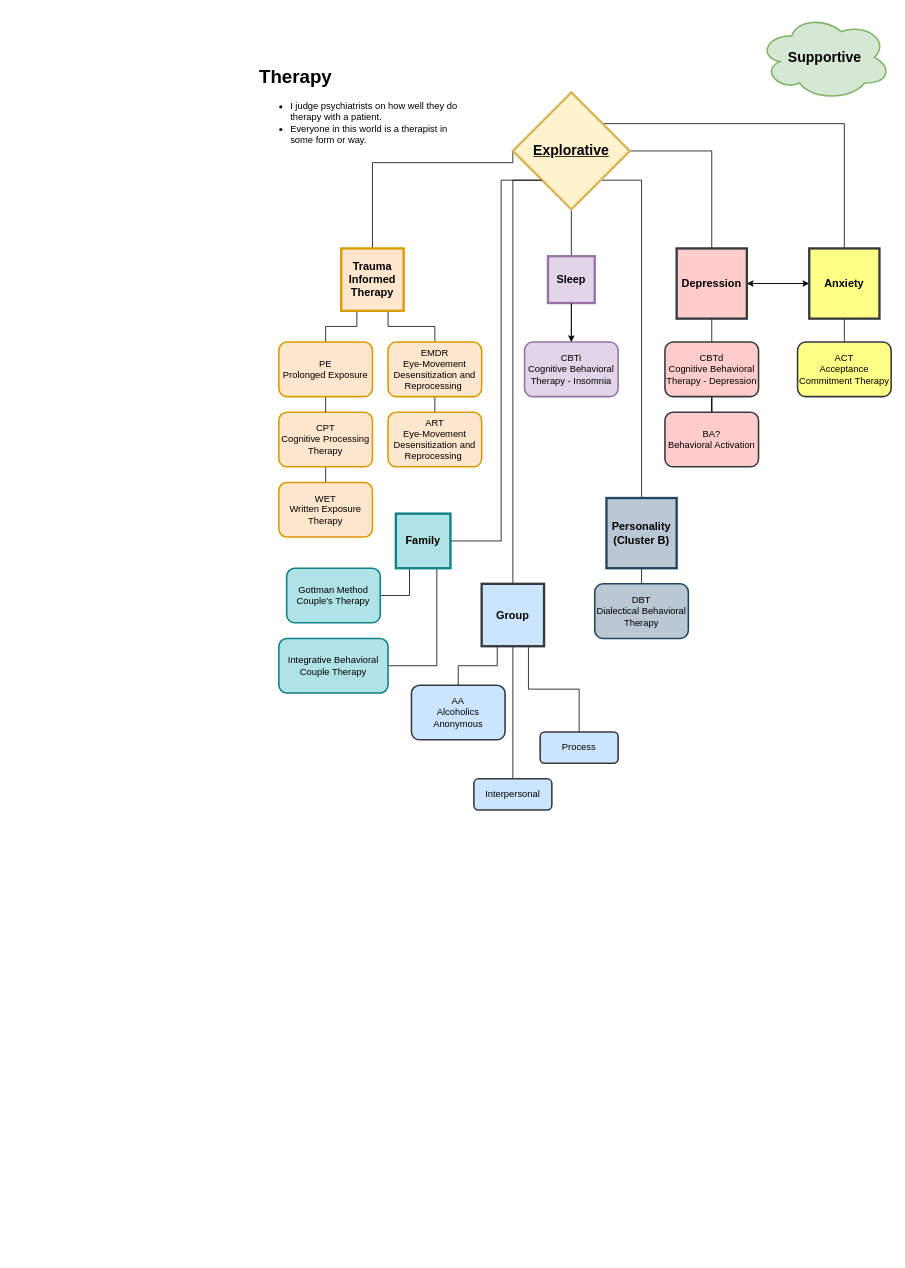
tnguyen2791/hello-world keeps this draw.io diagram as Untitled Diagram.drawio. Above is the earlier version. Source tidied: cells renumbered, new cells numbered last; positions are measured from the earlier drawing's top-left corner, leaving out a move shared by most shapes. Both pictures are drawn from the tidied source at 78%, with x=0, y=0 at pixel (255, 14).
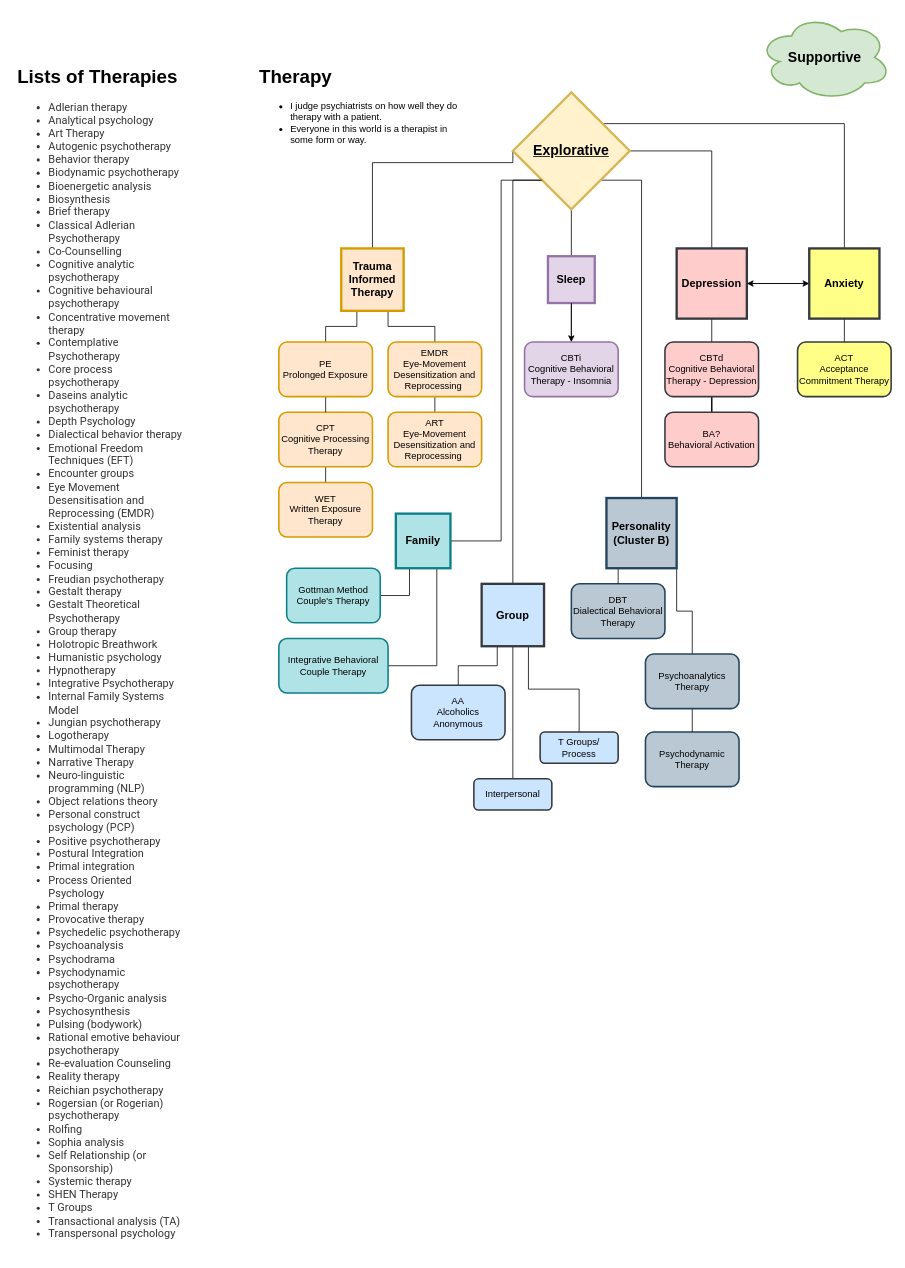
Above is the later version.

Commit message:
Addition of giant list of therapies

The change refers to these unchanged cells:
```xml
<mxCell id="47" value="Personality (Cluster B)" style="whiteSpace=wrap;html=1;rounded=0;fontSize=14;strokeWidth=3;fontStyle=1;fillColor=#bac8d3;strokeColor=#23445d;" parent="1" vertex="1">
  <mxGeometry x="450" y="620" width="90" height="90" as="geometry" />
</mxCell>
```

Change to the diagram source:
```diff
@@
     <mxCell id="35" value="DBT&lt;br&gt;Dialectical Behavioral Therapy" style="rounded=1;whiteSpace=wrap;html=1;fontSize=12;strokeWidth=2;fillColor=#bac8d3;strokeColor=#23445d;" parent="1" vertex="1">
-      <mxGeometry x="435" y="730" width="120" height="70" as="geometry" />
+      <mxGeometry x="405" y="730" width="120" height="70" as="geometry" />
     </mxCell>
@@
+    <mxCell id="52" style="edgeStyle=orthogonalEdgeStyle;rounded=0;jettySize=auto;html=1;exitX=1;exitY=1;exitDx=0;exitDy=0;entryX=0.5;entryY=0;entryDx=0;entryDy=0;fontSize=12;endArrow=none;endFill=0;" parent="1" edge="1" source="47" target="55">
+      <mxGeometry relative="1" as="geometry" />
+    </mxCell>
@@
-    <mxCell id="51" value="Process" style="rounded=1;whiteSpace=wrap;html=1;fontSize=12;strokeWidth=2;fillColor=#cce5ff;strokeColor=#36393d;" parent="1" vertex="1">
+    <mxCell id="51" value="T Groups/&lt;br&gt;Process" style="rounded=1;whiteSpace=wrap;html=1;fontSize=12;strokeWidth=2;fillColor=#cce5ff;strokeColor=#36393d;" parent="1" vertex="1">
       <mxGeometry x="365" y="920" width="100" height="40" as="geometry" />
     </mxCell>
+    <mxCell id="53" value="Psychodynamic Therapy" style="rounded=1;whiteSpace=wrap;html=1;fontSize=12;strokeWidth=2;fillColor=#bac8d3;strokeColor=#23445d;" parent="1" vertex="1">
+      <mxGeometry x="500" y="920" width="120" height="70" as="geometry" />
+    </mxCell>
+    <mxCell id="54" style="edgeStyle=orthogonalEdgeStyle;rounded=0;jettySize=auto;html=1;exitX=0.5;exitY=1;exitDx=0;exitDy=0;entryX=0.5;entryY=0;entryDx=0;entryDy=0;fontSize=12;endArrow=none;endFill=0;" parent="1" edge="1" source="55" target="53">
+      <mxGeometry relative="1" as="geometry" />
+    </mxCell>
+    <mxCell id="55" value="Psychoanalytics Therapy" style="rounded=1;whiteSpace=wrap;html=1;fontSize=12;strokeWidth=2;fillColor=#bac8d3;strokeColor=#23445d;" parent="1" vertex="1">
+      <mxGeometry x="500" y="820" width="120" height="70" as="geometry" />
+    </mxCell>
+    <mxCell id="56" value="&lt;h1&gt;Lists of Therapies&lt;/h1&gt;&lt;p&gt;&lt;/p&gt;&lt;ul class=&quot;doc&quot; style=&quot;box-sizing: border-box ; margin: 0px 0px 20px ; color: rgb(51 , 51 , 51) ; font-family: &amp;#34;roboto&amp;#34; , sans-serif ; font-size: 14px ; font-style: normal ; font-weight: 400 ; letter-spacing: normal ; text-indent: 0px ; text-transform: none ; word-spacing: 0px ; background-color: rgb(255 , 255 , 255)&quot;&gt;&lt;li class=&quot;doc&quot; style=&quot;box-sizing: border-box ; margin: 0px&quot;&gt;Adlerian therapy&lt;/li&gt;&lt;li class=&quot;doc&quot; style=&quot;box-sizing: border-box ; margin: 0px&quot;&gt;Analytical psychology&lt;/li&gt;&lt;li class=&quot;doc&quot; style=&quot;box-sizing: border-box ; margin: 0px&quot;&gt;Art Therapy&lt;/li&gt;&lt;li class=&quot;doc&quot; style=&quot;box-sizing: border-box ; margin: 0px&quot;&gt;Autogenic psychotherapy&lt;/li&gt;&lt;li class=&quot;doc&quot; style=&quot;box-sizing: border-box ; margin: 0px&quot;&gt;Behavior therapy&lt;/li&gt;&lt;li class=&quot;doc&quot; style=&quot;box-sizing: border-box ; margin: 0px&quot;&gt;Biodynamic psychotherapy&lt;/li&gt;&lt;li class=&quot;doc&quot; style=&quot;box-sizing: border-box ; margin: 0px&quot;&gt;Bioenergetic analysis&lt;/li&gt;&lt;li class=&quot;doc&quot; style=&quot;box-sizing: border-box ; margin: 0px&quot;&gt;Biosynthesis&lt;/li&gt;&lt;li class=&quot;doc&quot; style=&quot;box-sizing: border-box ; margin: 0px&quot;&gt;Brief therapy&lt;/li&gt;&lt;li class=&quot;doc&quot; style=&quot;box-sizing: border-box ; margin: 0px&quot;&gt;Classical Adlerian Psychotherapy&lt;/li&gt;&lt;li class=&quot;doc&quot; style=&quot;box-sizing: border-box ; margin: 0px&quot;&gt;Co-Counselling&lt;/li&gt;&lt;li class=&quot;doc&quot; style=&quot;box-sizing: border-box ; margin: 0px&quot;&gt;Cognitive analytic psychotherapy&lt;/li&gt;&lt;li class=&quot;doc&quot; style=&quot;box-sizing: border-box ; margin: 0px&quot;&gt;Cognitive behavioural psychotherapy&lt;/li&gt;&lt;li class=&quot;doc&quot; style=&quot;box-sizing: border-box ; margin: 0px&quot;&gt;Concentrative movement therapy&lt;/li&gt;&lt;li class=&quot;doc&quot; style=&quot;box-sizing: border-box ; margin: 0px&quot;&gt;Contemplative Psychotherapy&lt;/li&gt;&lt;li class=&quot;doc&quot; style=&quot;box-sizing: border-box ; margin: 0px&quot;&gt;Core process psychotherapy&lt;/li&gt;&lt;li class=&quot;doc&quot; style=&quot;box-sizing: border-box ; margin: 0px&quot;&gt;Daseins analytic psychotherapy&lt;/li&gt;&lt;li class=&quot;doc&quot; style=&quot;box-sizing: border-box ; margin: 0px&quot;&gt;Depth Psychology&lt;/li&gt;&lt;li class=&quot;doc&quot; style=&quot;box-sizing: border-box ; margin: 0px&quot;&gt;Dialectical behavior therapy&lt;/li&gt;&lt;li class=&quot;doc&quot; style=&quot;box-sizing: border-box ; margin: 0px&quot;&gt;Emotional Freedom Techniques (EFT)&lt;/li&gt;&lt;li class=&quot;doc&quot; style=&quot;box-sizing: border-box ; margin: 0px&quot;&gt;Encounter groups&lt;/li&gt;&lt;li class=&quot;doc&quot; style=&quot;box-sizing: border-box ; margin: 0px&quot;&gt;Eye Movement Desensitisation and Reprocessing (EMDR)&lt;/li&gt;&lt;li class=&quot;doc&quot; style=&quot;box-sizing: border-box ; margin: 0px&quot;&gt;Existential analysis&lt;/li&gt;&lt;li class=&quot;doc&quot; style=&quot;box-sizing: border-box ; margin: 0px&quot;&gt;Family systems therapy&lt;/li&gt;&lt;li class=&quot;doc&quot; style=&quot;box-sizing: border-box ; margin: 0px&quot;&gt;Feminist therapy&lt;/li&gt;&lt;li class=&quot;doc&quot; style=&quot;box-sizing: border-box ; margin: 0px&quot;&gt;Focusing&lt;/li&gt;&lt;li class=&quot;doc&quot; style=&quot;box-sizing: border-box ; margin: 0px&quot;&gt;Freudian psychotherapy&lt;/li&gt;&lt;li class=&quot;doc&quot; style=&quot;box-sizing: border-box ; margin: 0px&quot;&gt;Gestalt therapy&lt;/li&gt;&lt;li class=&quot;doc&quot; style=&quot;box-sizing: border-box ; margin: 0px&quot;&gt;Gestalt Theoretical Psychotherapy&lt;/li&gt;&lt;li class=&quot;doc&quot; style=&quot;box-sizing: border-box ; margin: 0px&quot;&gt;Group therapy&lt;/li&gt;&lt;li class=&quot;doc&quot; style=&quot;box-sizing: border-box ; margin: 0px&quot;&gt;Holotropic Breathwork&lt;/li&gt;&lt;li class=&quot;doc&quot; style=&quot;box-sizing: border-box ; margin: 0px&quot;&gt;Humanistic psychology&lt;/li&gt;&lt;li class=&quot;doc&quot; style=&quot;box-sizing: border-box ; margin: 0px&quot;&gt;Hypnotherapy&lt;/li&gt;&lt;li class=&quot;doc&quot; style=&quot;box-sizing: border-box ; margin: 0px&quot;&gt;Integrative Psychotherapy&lt;/li&gt;&lt;li class=&quot;doc&quot; style=&quot;box-sizing: border-box ; margin: 0px&quot;&gt;Internal Family Systems Model&lt;/li&gt;&lt;li class=&quot;doc&quot; style=&quot;box-sizing: border-box ; margin: 0px&quot;&gt;Jungian psychotherapy&lt;/li&gt;&lt;li class=&quot;doc&quot; style=&quot;box-sizing: border-box ; margin: 0px&quot;&gt;Logotherapy&lt;/li&gt;&lt;li class=&quot;doc&quot; style=&quot;box-sizing: border-box ; margin: 0px&quot;&gt;Multimodal Therapy&lt;/li&gt;&lt;li class=&quot;doc&quot; style=&quot;box-sizing: border-box ; margin: 0px&quot;&gt;Narrative Therapy&lt;/li&gt;&lt;li class=&quot;doc&quot; style=&quot;box-sizing: border-box ; margin: 0px&quot;&gt;Neuro-linguistic programming (NLP)&lt;/li&gt;&lt;li class=&quot;doc&quot; style=&quot;box-sizing: border-box ; margin: 0px&quot;&gt;Object relations theory&lt;/li&gt;&lt;li class=&quot;doc&quot; style=&quot;box-sizing: border-box ; margin: 0px&quot;&gt;Personal construct psychology (PCP)&lt;/li&gt;&lt;li class=&quot;doc&quot; style=&quot;box-sizing: border-box ; margin: 0px&quot;&gt;Positive psychotherapy&lt;/li&gt;&lt;li class=&quot;doc&quot; style=&quot;box-sizing: border-box ; margin: 0px&quot;&gt;Postural Integration&lt;/li&gt;&lt;li class=&quot;doc&quot; style=&quot;box-sizing: border-box ; margin: 0px&quot;&gt;Primal integration&lt;/li&gt;&lt;li class=&quot;doc&quot; style=&quot;box-sizing: border-box ; margin: 0px&quot;&gt;Process Oriented Psychology&lt;/li&gt;&lt;li class=&quot;doc&quot; style=&quot;box-sizing: border-box ; margin: 0px&quot;&gt;Primal therapy&lt;/li&gt;&lt;li class=&quot;doc&quot; style=&quot;box-sizing: border-box ; margin: 0px&quot;&gt;Provocative therapy&lt;/li&gt;&lt;li class=&quot;doc&quot; style=&quot;box-sizing: border-box ; margin: 0px&quot;&gt;Psychedelic psychotherapy&lt;/li&gt;&lt;li class=&quot;doc&quot; style=&quot;box-sizing: border-box ; margin: 0px&quot;&gt;Psychoanalysis&lt;/li&gt;&lt;li class=&quot;doc&quot; style=&quot;box-sizing: border-box ; margin: 0px&quot;&gt;Psychodrama&lt;/li&gt;&lt;li class=&quot;doc&quot; style=&quot;box-sizing: border-box ; margin: 0px&quot;&gt;Psychodynamic psychotherapy&lt;/li&gt;&lt;li class=&quot;doc&quot; style=&quot;box-sizing: border-box ; margin: 0px&quot;&gt;Psycho-Organic analysis&lt;/li&gt;&lt;li class=&quot;doc&quot; style=&quot;box-sizing: border-box ; margin: 0px&quot;&gt;Psychosynthesis&lt;/li&gt;&lt;li class=&quot;doc&quot; style=&quot;box-sizing: border-box ; margin: 0px&quot;&gt;Pulsing (bodywork)&lt;/li&gt;&lt;li class=&quot;doc&quot; style=&quot;box-sizing: border-box ; margin: 0px&quot;&gt;Rational emotive behaviour psychotherapy&lt;/li&gt;&lt;li class=&quot;doc&quot; style=&quot;box-sizing: border-box ; margin: 0px&quot;&gt;Re-evaluation Counseling&lt;/li&gt;&lt;li class=&quot;doc&quot; style=&quot;box-sizing: border-box ; margin: 0px&quot;&gt;Reality therapy&lt;/li&gt;&lt;li class=&quot;doc&quot; style=&quot;box-sizing: border-box ; margin: 0px&quot;&gt;Reichian psychotherapy&lt;/li&gt;&lt;li class=&quot;doc&quot; style=&quot;box-sizing: border-box ; margin: 0px&quot;&gt;Rogersian (or Rogerian) psychotherapy&lt;/li&gt;&lt;li class=&quot;doc&quot; style=&quot;box-sizing: border-box ; margin: 0px&quot;&gt;Rolfing&lt;/li&gt;&lt;li class=&quot;doc&quot; style=&quot;box-sizing: border-box ; margin: 0px&quot;&gt;Sophia analysis&lt;/li&gt;&lt;li class=&quot;doc&quot; style=&quot;box-sizing: border-box ; margin: 0px&quot;&gt;Self Relationship (or Sponsorship)&lt;/li&gt;&lt;li class=&quot;doc&quot; style=&quot;box-sizing: border-box ; margin: 0px&quot;&gt;Systemic therapy&lt;/li&gt;&lt;li class=&quot;doc&quot; style=&quot;box-sizing: border-box ; margin: 0px&quot;&gt;SHEN Therapy&lt;/li&gt;&lt;li class=&quot;doc&quot; style=&quot;box-sizing: border-box ; margin: 0px&quot;&gt;T Groups&lt;/li&gt;&lt;li class=&quot;doc&quot; style=&quot;box-sizing: border-box ; margin: 0px&quot;&gt;Transactional analysis (TA)&lt;/li&gt;&lt;li class=&quot;doc&quot; style=&quot;box-sizing: border-box ; margin: 0px&quot;&gt;Transpersonal psychology&lt;/li&gt;&lt;/ul&gt;" style="text;html=1;strokeColor=none;fillColor=none;spacing=5;spacingTop=-20;whiteSpace=wrap;overflow=hidden;rounded=0;fontSize=12;" parent="1" vertex="1">
+      <mxGeometry x="-310" y="60" width="220" height="1530" as="geometry" />
+    </mxCell>
```
